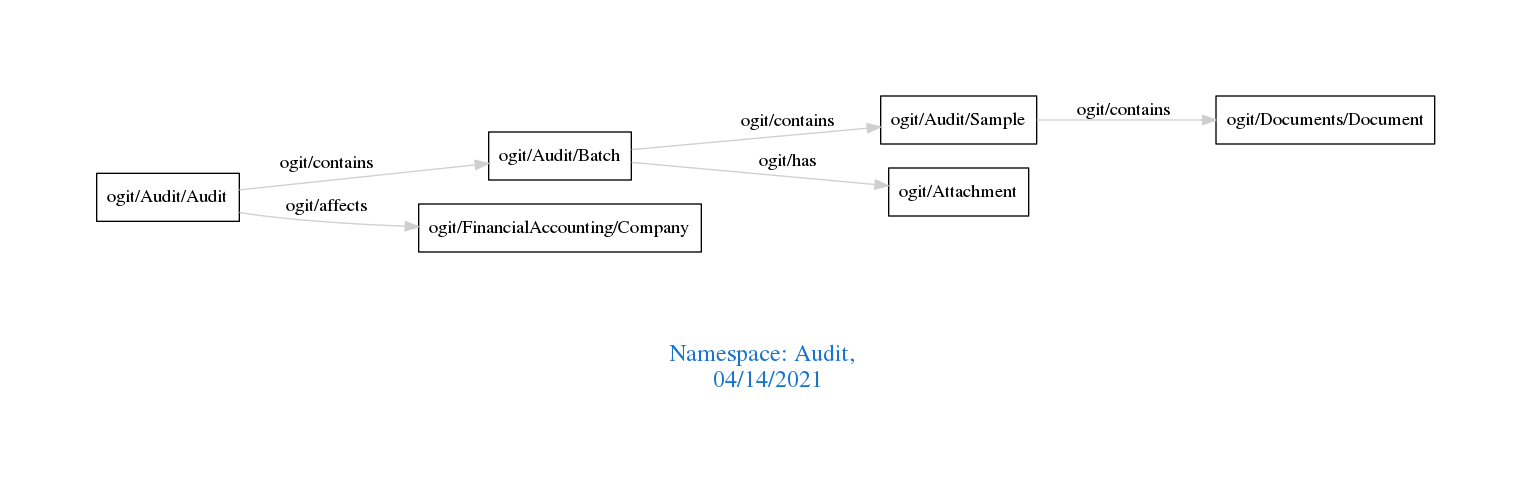
Above: downloads/Audit.png in arago/OGIT (Graphviz), before the change. Its source is kept beside it as downloads/Audit.dot.
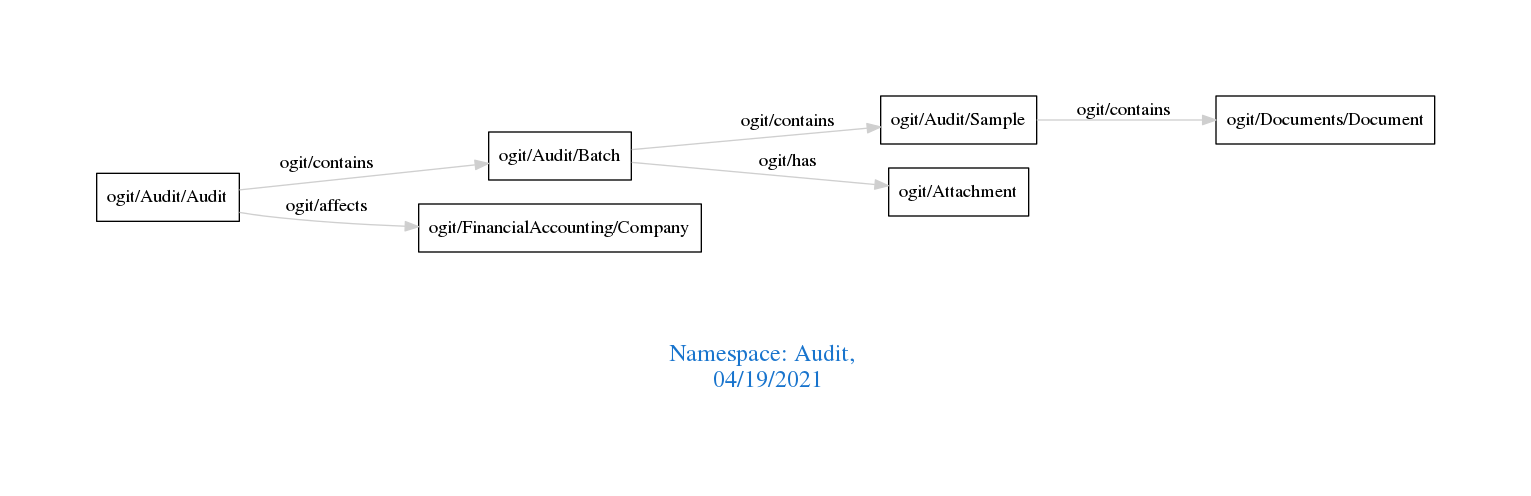
The same diagram one commit later.

What changed in the source:
```diff
@@ -1,7 +1,7 @@
 digraph OGIT_ontology {
  graph [ rankdir= LR,pad=1
 fontsize = 18,
-fontcolor= dodgerblue3,label = "\n\n\nNamespace: Audit, \n 04/14/2021"];
+fontcolor= dodgerblue3,label = "\n\n\nNamespace: Audit, \n 04/19/2021"];
 node[shape=polygon];
 edge [  color="gray81"];
 
```
